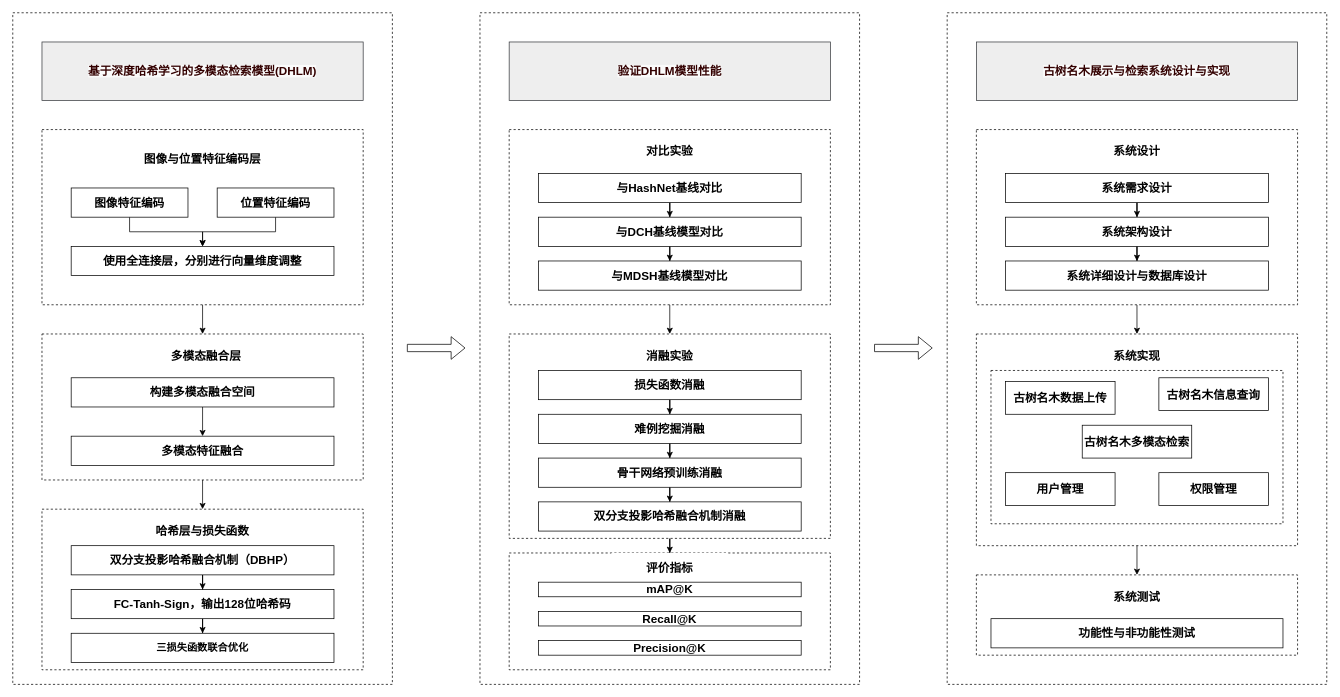
ssl1995/imooc-wiki keeps this draw.io diagram as page "1.1 技术路线图" (1 of 2) of word/第1章/第一章.drawio. Above is the earlier version. Source tidied: cells renumbered, new cells numbered last; positions are measured from the earlier drawing's top-left corner, leaving out a move shared by most shapes. Both pictures are drawn from the tidied source at 73%, with x=0, y=0 at pixel (12, 12).
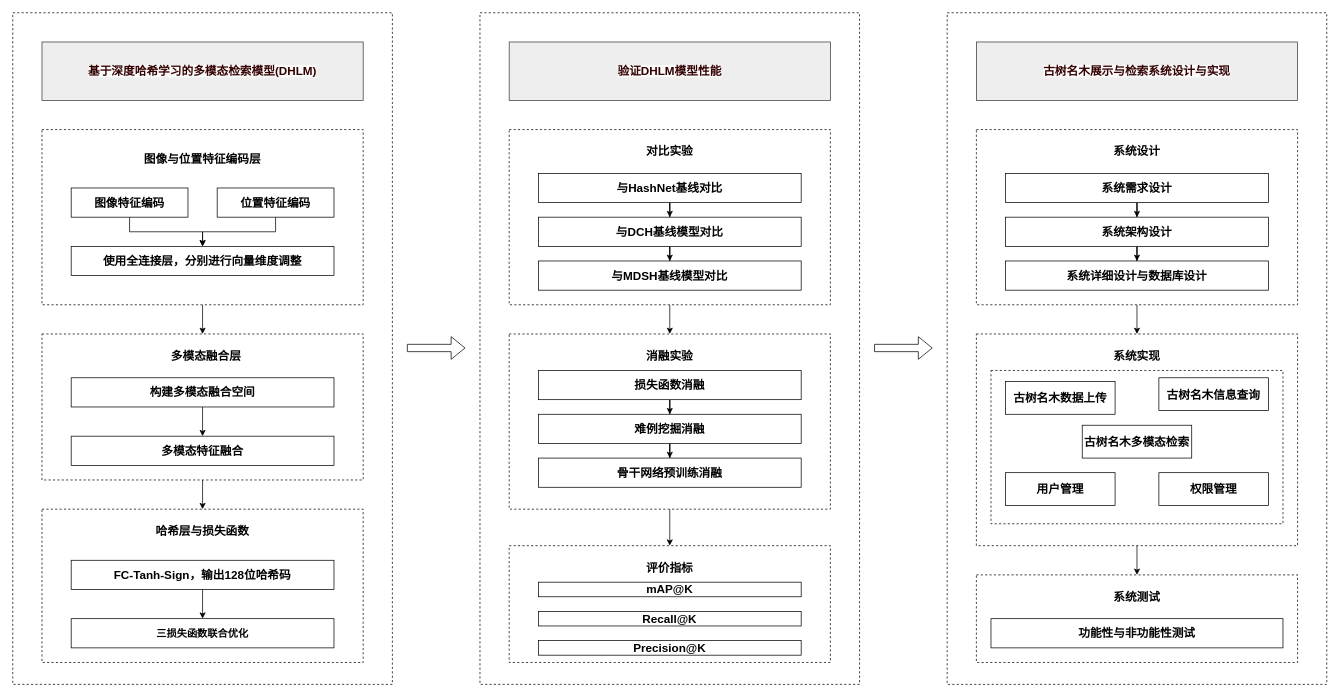
The same page after the edit.

Unchanged cells that the change refers to:
```xml
<mxCell id="43" value="骨干网络预训练消融" style="rounded=0;whiteSpace=wrap;html=1;fontSize=16;fontStyle=1;" parent="1" vertex="1">
  <mxGeometry x="720" y="610" width="360" height="40" as="geometry" />
</mxCell>
```

Change to the diagram source:
```diff
@@
     <mxCell id="3" style="rounded=0;whiteSpace=wrap;html=1;dashed=1;fontSize=16;fontStyle=1;" parent="1" vertex="1">
-      <mxGeometry x="40" y="680" width="440" height="220" as="geometry" />
+      <mxGeometry x="40" y="680" width="440" height="210" as="geometry" />
     </mxCell>
@@
     <mxCell id="21" value="FC-Tanh-Sign，输出128位哈希码" style="rounded=0;whiteSpace=wrap;html=1;fontSize=16;fontStyle=1;" parent="1" vertex="1">
-      <mxGeometry x="80" y="790" width="360" height="40" as="geometry" />
+      <mxGeometry x="80" y="750" width="360" height="40" as="geometry" />
     </mxCell>
     <mxCell id="22" value="三损失函数联合优化" style="rounded=0;whiteSpace=wrap;html=1;fontSize=14;fontStyle=1;" parent="1" vertex="1">
-      <mxGeometry x="80" y="850" width="360" height="40" as="geometry" />
+      <mxGeometry x="80" y="830" width="360" height="40" as="geometry" />
     </mxCell>
@@
     <mxCell id="24" style="rounded=0;whiteSpace=wrap;html=1;dashed=1;fontSize=16;fontStyle=1;" parent="1" vertex="1">
-      <mxGeometry x="680" y="740" width="440" height="160" as="geometry" />
+      <mxGeometry x="680" y="730" width="440" height="160" as="geometry" />
     </mxCell>
@@
     <mxCell id="26" style="rounded=0;whiteSpace=wrap;html=1;dashed=1;fontSize=16;fontStyle=1;" parent="1" vertex="1">
-      <mxGeometry x="680" y="440" width="440" height="280" as="geometry" />
+      <mxGeometry x="680" y="440" width="440" height="240" as="geometry" />
     </mxCell>
@@
-    <mxCell id="42" style="edgeStyle=orthogonalEdgeStyle;rounded=0;jettySize=auto;html=1;entryX=0.5;entryY=0;entryDx=0;entryDy=0;" parent="1" edge="1" source="43" target="73">
-      <mxGeometry relative="1" as="geometry" />
-    </mxCell>
@@
     <mxCell id="68" style="rounded=0;whiteSpace=wrap;html=1;dashed=1;fontSize=16;fontStyle=1;" parent="1" vertex="1">
-      <mxGeometry x="1320" y="770" width="440" height="110" as="geometry" />
+      <mxGeometry x="1320" y="770" width="440" height="120" as="geometry" />
     </mxCell>
@@
-    <mxCell id="71" style="edgeStyle=orthogonalEdgeStyle;rounded=0;jettySize=auto;html=1;entryX=0.5;entryY=0;entryDx=0;entryDy=0;" parent="1" edge="1" source="72" target="21">
-      <mxGeometry relative="1" as="geometry" />
-    </mxCell>
-    <mxCell id="72" value="双分支投影哈希融合机制（DBHP）" style="rounded=0;whiteSpace=wrap;html=1;fontSize=16;fontStyle=1;" parent="1" vertex="1">
-      <mxGeometry x="80" y="730" width="360" height="40" as="geometry" />
-    </mxCell>
-    <mxCell id="73" value="双分支投影哈希融合机制消融" style="rounded=0;whiteSpace=wrap;html=1;fontSize=16;fontStyle=1;" parent="1" vertex="1">
-      <mxGeometry x="720" y="670" width="360" height="40" as="geometry" />
-    </mxCell>
```
